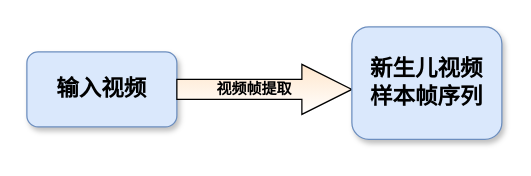
Above: Graphs/未命名绘图.drawio in whenwedream/TELL (draw.io), before the change. Source tidied: cells renumbered, new cells numbered last; positions are measured from the earlier drawing's top-left corner, leaving out a move shared by most shapes. Both pictures are drawn from the tidied source at 125%, with x=0, y=0 at pixel (26, 26).
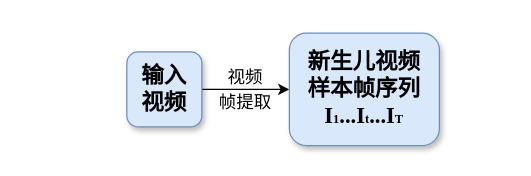
The same diagram, later.

Commit message (it also covers changes not shown here):
更新未命名绘图.drawio

Change to the diagram source:
```diff
@@
 <mxGraphModel>
   <root>
     <mxCell id="0" />
     <mxCell id="1" parent="0" />
+    <mxCell id="5" style="edgeStyle=orthogonalEdgeStyle;rounded=0;jettySize=auto;html=1;exitX=1;exitY=0.5;exitDx=0;exitDy=0;" parent="1" edge="1" source="2" target="4">
+      <mxGeometry relative="1" as="geometry" />
+    </mxCell>
-    <mxCell id="2" value="&lt;font style=&quot;font-size: 18px;&quot;&gt;输入视频&lt;/font&gt;" style="rounded=1;whiteSpace=wrap;html=1;fillColor=#dae8fc;strokeColor=#6c8ebf;fontStyle=1;shadow=1;" parent="1" vertex="1">
-      <mxGeometry y="20" width="120" height="60" as="geometry" />
+    <mxCell id="2" value="&lt;font style=&quot;font-size: 18px;&quot;&gt;输入&lt;/font&gt;&lt;div&gt;&lt;font style=&quot;font-size: 18px;&quot;&gt;视频&lt;/font&gt;&lt;/div&gt;" style="rounded=1;whiteSpace=wrap;html=1;fillColor=#dae8fc;strokeColor=#6c8ebf;fontStyle=1;shadow=1;" parent="1" vertex="1">
+      <mxGeometry x="80" y="20" width="60" height="60" as="geometry" />
     </mxCell>
-    <mxCell id="3" value="视频帧提取&amp;nbsp; &amp;nbsp; &amp;nbsp;" style="html=1;shadow=0;align=center;verticalAlign=middle;shape=mxgraph.arrows2.arrow;dy=0.6;dx=40;notch=0;fillColor=#ffe6cc;strokeColor=default;fontStyle=1;gradientColor=#ffffff;" parent="1" vertex="1">
-      <mxGeometry x="120" y="30" width="140" height="40" as="geometry" />
-    </mxCell>
-    <mxCell id="4" value="&lt;font style=&quot;font-size: 18px;&quot;&gt;新生儿视频&lt;/font&gt;&lt;div&gt;&lt;font style=&quot;font-size: 18px;&quot;&gt;样本帧序列&lt;/font&gt;&lt;/div&gt;" style="rounded=1;whiteSpace=wrap;html=1;fillColor=#dae8fc;strokeColor=#6c8ebf;fontStyle=1;shadow=1;glass=0;" parent="1" vertex="1">
-      <mxGeometry x="260" width="120" height="90" as="geometry" />
+    <mxCell id="4" value="&lt;font style=&quot;font-size: 18px;&quot;&gt;新生儿视频&lt;/font&gt;&lt;div&gt;&lt;font style=&quot;font-size: 18px;&quot;&gt;样本帧序列&lt;/font&gt;&lt;/div&gt;&lt;div&gt;&lt;font face=&quot;Times New Roman&quot; style=&quot;&quot;&gt;&lt;span style=&quot;font-size: 18px;&quot;&gt;I&lt;/span&gt;&lt;font style=&quot;font-size: 10px;&quot;&gt;1&lt;/font&gt;&lt;/font&gt;&lt;font style=&quot;background-color: initial;&quot; face=&quot;Times New Roman&quot;&gt;&lt;font style=&quot;font-size: 18px;&quot;&gt;...&lt;/font&gt;&lt;/font&gt;&lt;span style=&quot;background-color: initial; font-family: &amp;quot;Times New Roman&amp;quot;; font-size: 18px;&quot;&gt;I&lt;/span&gt;&lt;font style=&quot;background-color: initial; font-family: &amp;quot;Times New Roman&amp;quot;; font-size: 10px;&quot;&gt;t&lt;/font&gt;&lt;font style=&quot;background-color: initial;&quot; face=&quot;Times New Roman&quot;&gt;&lt;font style=&quot;font-size: 18px;&quot;&gt;...&lt;/font&gt;&lt;/font&gt;&lt;span style=&quot;background-color: initial; font-family: &amp;quot;Times New Roman&amp;quot;; font-size: 18px;&quot;&gt;I&lt;/span&gt;&lt;font style=&quot;background-color: initial; font-family: &amp;quot;Times New Roman&amp;quot;; font-size: 10px;&quot;&gt;T&lt;/font&gt;&lt;/div&gt;" style="rounded=1;whiteSpace=wrap;html=1;fillColor=#dae8fc;strokeColor=#6c8ebf;fontStyle=1;shadow=1;glass=0;" parent="1" vertex="1">
+      <mxGeometry x="210" y="5" width="120" height="90" as="geometry" />
     </mxCell>
+    <mxCell id="6" value="视频" style="rounded=0;whiteSpace=wrap;html=1;opacity=0;fontSize=14;" parent="1" vertex="1">
+      <mxGeometry x="140" y="30" width="70" height="20" as="geometry" />
+    </mxCell>
+    <mxCell id="7" value="帧提取" style="rounded=0;whiteSpace=wrap;html=1;fontSize=14;opacity=0;" parent="1" vertex="1">
+      <mxGeometry x="145" y="50" width="60" height="20" as="geometry" />
+    </mxCell>
   </root>
 </mxGraphModel>
```
